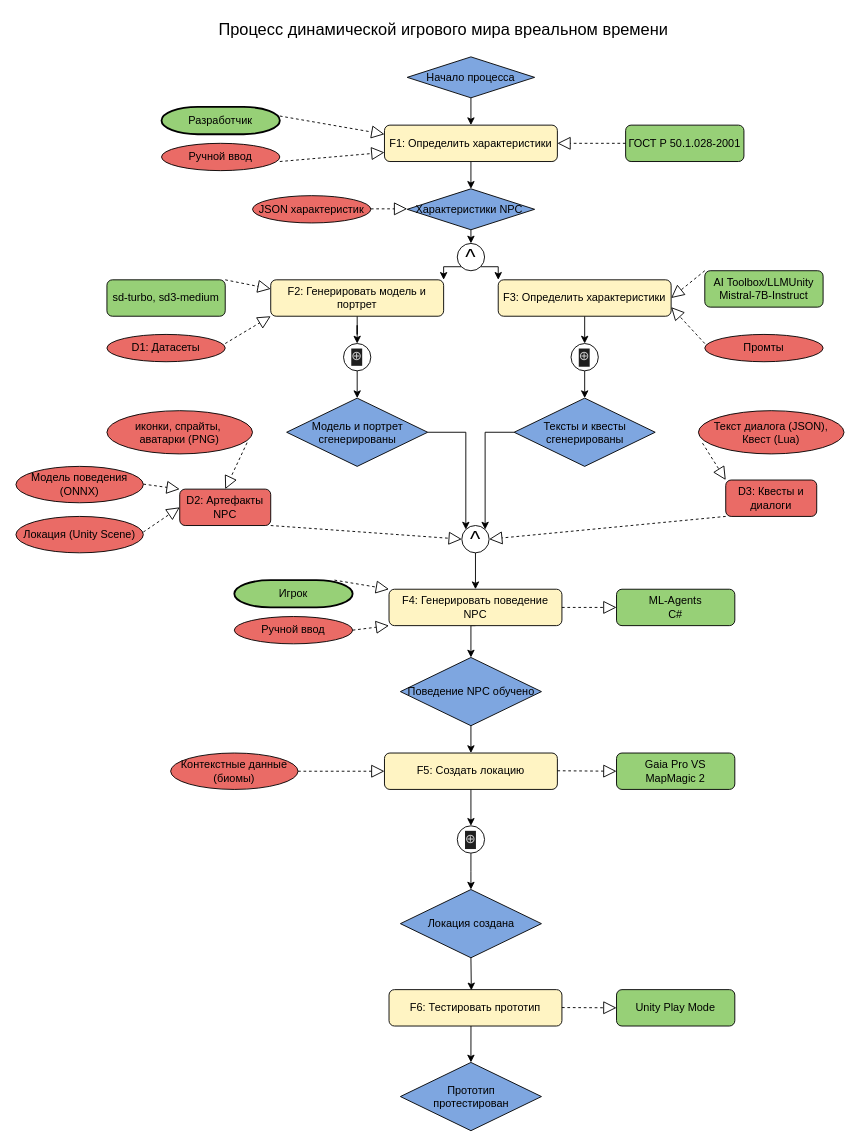
Before: EPC.drawio in Slavik993/Diplom_Shebanov_2026, a draw.io diagram. Source tidied: cells renumbered, new cells numbered last; positions are measured from the earlier drawing's top-left corner, leaving out a move shared by most shapes. Both pictures are drawn from the tidied source at 91%, with x=0, y=0 at pixel (15, 15).
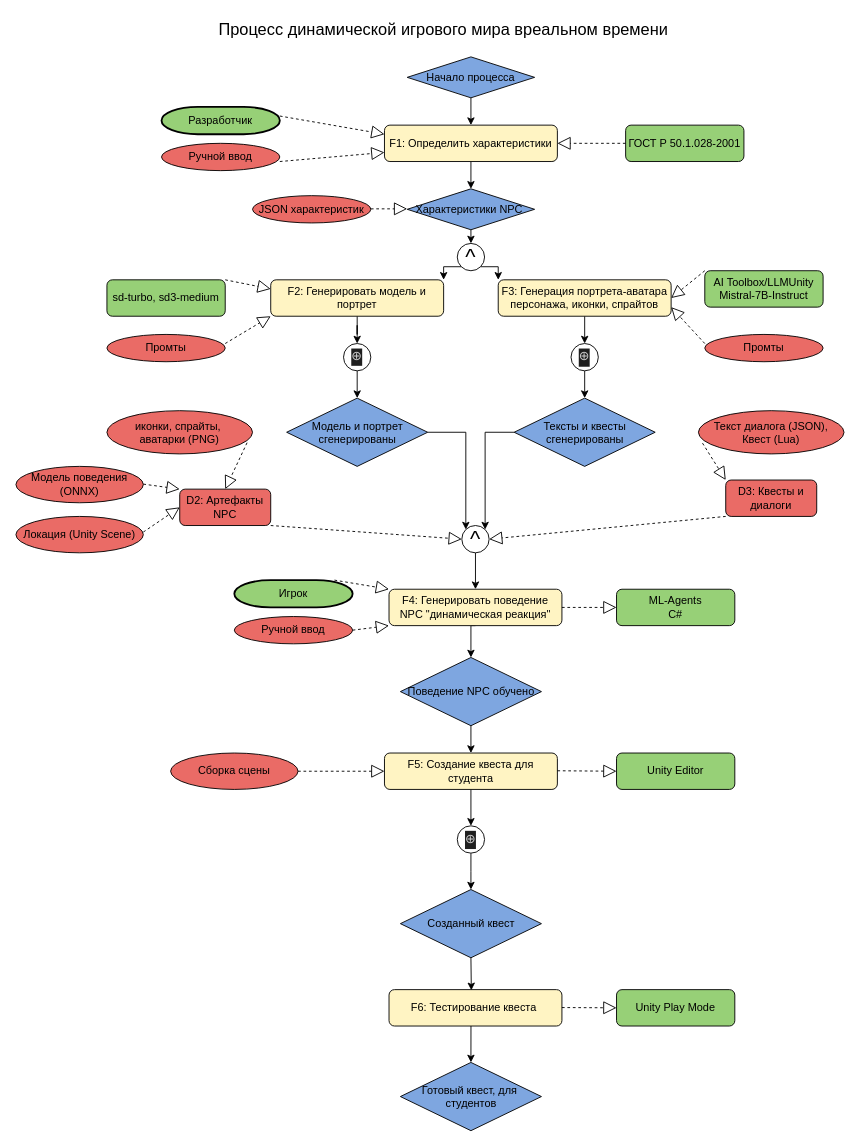
After the change.

What changed in the source:
```diff
@@
-    <mxCell id="23" value="F3: Определить характеристики" style="rounded=1;whiteSpace=wrap;html=1;fillColor=#FFF4C3;" parent="1" vertex="1">
+    <mxCell id="23" value="F3: Генерация портрета-аватара персонажа, иконки, спрайтов" style="rounded=1;whiteSpace=wrap;html=1;fillColor=#FFF4C3;" parent="1" vertex="1">
       <mxGeometry x="530" y="290" width="190" height="40" as="geometry" />
     </mxCell>
@@
-    <mxCell id="25" value="D1: Датасеты" style="ellipse;whiteSpace=wrap;html=1;fillColor=#EA6B66;" parent="1" vertex="1">
+    <mxCell id="25" value="Промты" style="ellipse;whiteSpace=wrap;html=1;fillColor=#EA6B66;" parent="1" vertex="1">
       <mxGeometry x="100" y="350" width="130" height="30" as="geometry" />
     </mxCell>
@@
-    <mxCell id="51" value="F4: Генерировать поведение NPC" style="rounded=1;whiteSpace=wrap;html=1;fillColor=#FFF4C3;" parent="1" vertex="1">
+    <mxCell id="51" value="F4: Генерировать поведение NPC &quot;динамическая реакция&quot;" style="rounded=1;whiteSpace=wrap;html=1;fillColor=#FFF4C3;" parent="1" vertex="1">
       <mxGeometry x="410" y="630" width="190" height="40" as="geometry" />
     </mxCell>
@@
-    <mxCell id="60" value="Контекстные данные (биомы)" style="ellipse;whiteSpace=wrap;html=1;fillColor=#EA6B66;" parent="1" vertex="1">
+    <mxCell id="60" value="Сборка сцены" style="ellipse;whiteSpace=wrap;html=1;fillColor=#EA6B66;" parent="1" vertex="1">
       <mxGeometry x="170" y="810" width="140" height="40" as="geometry" />
     </mxCell>
@@
-    <mxCell id="66" value="F5: Создать локацию" style="rounded=1;whiteSpace=wrap;html=1;fillColor=#FFF4C3;" parent="1" vertex="1">
+    <mxCell id="66" value="F5: Создание квеста для студента" style="rounded=1;whiteSpace=wrap;html=1;fillColor=#FFF4C3;" parent="1" vertex="1">
       <mxGeometry x="405" y="810" width="190" height="40" as="geometry" />
     </mxCell>
@@
-    <mxCell id="68" value="Gaia Pro VS&lt;div&gt;MapMagic 2&lt;/div&gt;" style="rounded=1;whiteSpace=wrap;html=1;fillColor=#97D077;" parent="1" vertex="1">
+    <mxCell id="68" value="Unity Editor" style="rounded=1;whiteSpace=wrap;html=1;fillColor=#97D077;" parent="1" vertex="1">
       <mxGeometry x="660" y="810" width="130" height="40" as="geometry" />
     </mxCell>
@@
-    <mxCell id="72" value="Локация создана" style="rhombus;whiteSpace=wrap;html=1;fillColor=#7EA6E0;" parent="1" vertex="1">
+    <mxCell id="72" value="Созданный квест" style="rhombus;whiteSpace=wrap;html=1;fillColor=#7EA6E0;" parent="1" vertex="1">
       <mxGeometry x="422.5" y="960" width="155" height="75" as="geometry" />
     </mxCell>
-    <mxCell id="73" value="F6: Тестировать прототип" style="rounded=1;whiteSpace=wrap;html=1;fillColor=#FFF4C3;" parent="1" vertex="1">
+    <mxCell id="73" value="F6: Тестирование квеста&amp;nbsp;" style="rounded=1;whiteSpace=wrap;html=1;fillColor=#FFF4C3;" parent="1" vertex="1">
       <mxGeometry x="410" y="1070" width="190" height="40" as="geometry" />
     </mxCell>
-    <mxCell id="74" value="Прототип&lt;br&gt;протестирован" style="rhombus;whiteSpace=wrap;html=1;fillColor=#7EA6E0;" parent="1" vertex="1">
+    <mxCell id="74" value="Готовый квест, для&amp;nbsp;&lt;div&gt;студентов&lt;/div&gt;" style="rhombus;whiteSpace=wrap;html=1;fillColor=#7EA6E0;" parent="1" vertex="1">
       <mxGeometry x="422.5" y="1150" width="155" height="75" as="geometry" />
     </mxCell>
```
